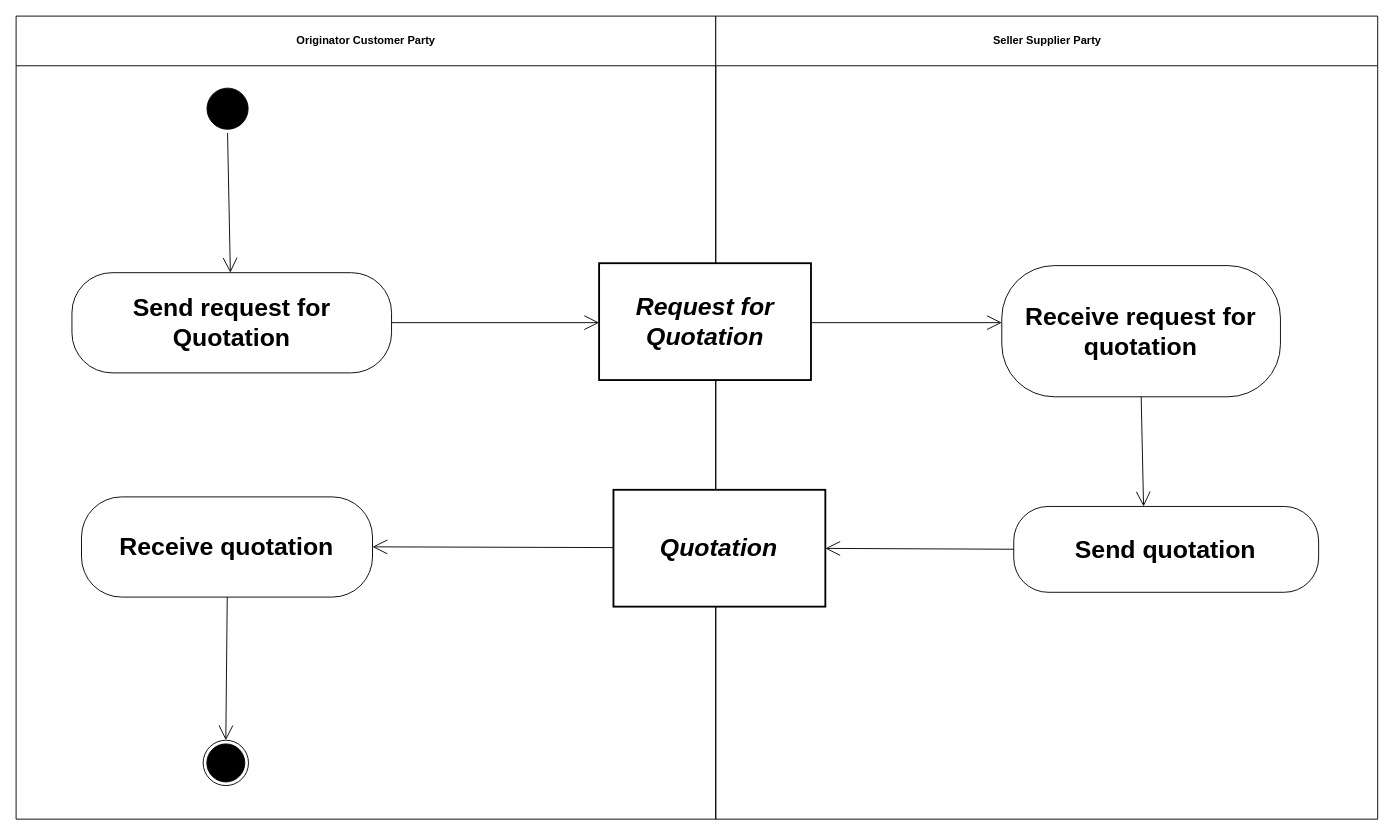
The draw.io diagram diagrams/UBL-2.0-SourcingBuyerInitiatedProcess/UBL-2.0-SourcingBuyerInitiatedProcess.drawio in kduvekot/ubl-work-on-svg-images, before the edit. Source tidied: cells renumbered, new cells numbered last; positions are measured from the earlier drawing's top-left corner, leaving out a move shared by most shapes. Both pictures are drawn from the tidied source at 92%, with x=0, y=0 at pixel (16, 16).
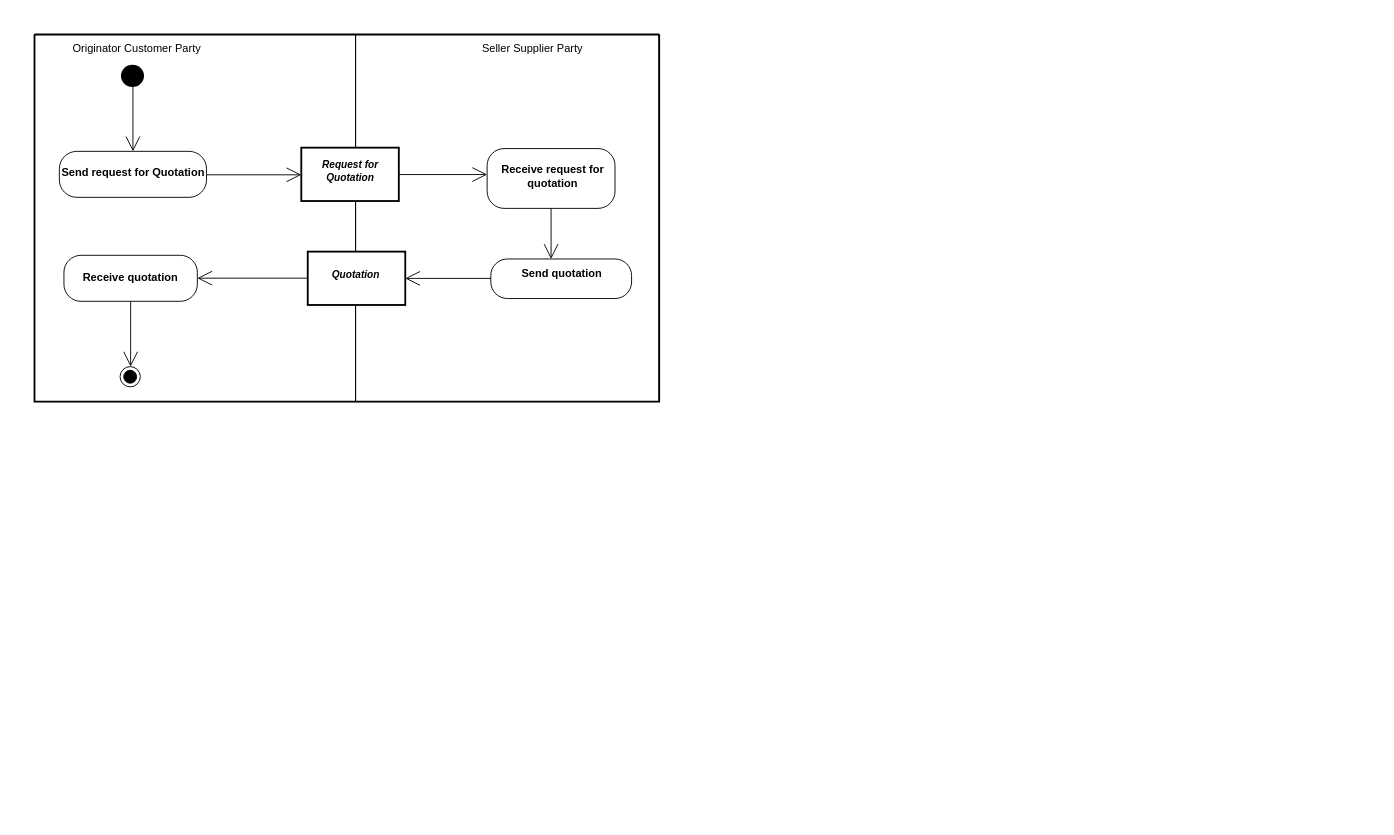
The same page after the edit.

Change to the diagram source:
```diff
@@
 <mxGraphModel>
   <root>
     <mxCell id="0" />
     <mxCell id="1" parent="0" />
+    <mxCell id="19" style="swimlane;html=1;startSize=0;whiteSpace=wrap;fillColor=none;strokeWidth=2;" parent="1" vertex="1">
+      <mxGeometry x="20" y="20" width="679" height="399" as="geometry" />
+    </mxCell>
-    <mxCell id="2" value="Originator Customer Party" style="swimlane;whiteSpace=wrap;html=1;startSize=54;" parent="1" vertex="1">
-      <mxGeometry width="760.5" height="872.9" as="geometry" />
+    <mxCell id="2" value="Originator Customer Party" style="swimlane;horizontal=1;startSize=29;swimlaneLine=0;html=1;fillColor=none;fontSize=12;fontStyle=0;spacing=0;spacingRight=128;" parent="19" vertex="1">
+      <mxGeometry width="349" height="399" as="geometry" />
     </mxCell>
-    <mxCell id="3" value="Seller Supplier Party" style="swimlane;whiteSpace=wrap;html=1;startSize=54;" parent="1" vertex="1">
-      <mxGeometry x="760.5" width="719.5" height="872.9" as="geometry" />
+    <mxCell id="3" value="Seller Supplier Party" style="swimlane;horizontal=1;startSize=29;swimlaneLine=0;html=1;fillColor=none;fontSize=12;fontStyle=0;spacing=0;spacingLeft=53;" parent="19" vertex="1">
+      <mxGeometry x="349" width="330" height="399" as="geometry" />
     </mxCell>
-    <mxCell id="4" style="ellipse;html=1;shape=startState;fillColor=#000000;strokeColor=#000000;fontFamily=Helvetica;fontSize=27;" parent="1" vertex="1">
-      <mxGeometry x="203.5" y="74.3" width="52.7" height="52.7" as="geometry" />
+    <mxCell id="4" style="ellipse;shape=startState;fillColor=#000000;strokeColor=none;html=1;" parent="2" vertex="1">
+      <mxGeometry x="90" y="29" width="33" height="32" as="geometry" />
     </mxCell>
-    <mxCell id="5" value="Request for Quotation" style="rounded=0;whiteSpace=wrap;html=1;fontStyle=3;strokeWidth=2;fontFamily=Helvetica;fontSize=27;" parent="1" vertex="1">
-      <mxGeometry x="633.7" y="268.6" width="230.3" height="127" as="geometry" />
+    <mxCell id="5" value="Request for&lt;br&gt;Quotation" style="rounded=0;html=1;whiteSpace=nowrap;fontSize=11;fontStyle=3;align=center;verticalAlign=middle;spacing=0;spacingRight=1;spacingBottom=6;strokeWidth=2;" parent="3" vertex="1">
+      <mxGeometry x="-59" y="123" width="106" height="58" as="geometry" />
     </mxCell>
-    <mxCell id="6" value="Receive request for quotation" style="rounded=1;arcSize=40;whiteSpace=wrap;html=1;fontStyle=1;fontFamily=Helvetica;fontSize=27;" parent="1" vertex="1">
-      <mxGeometry x="1071.4" y="271.2" width="302.9" height="142.6" as="geometry" />
+    <mxCell id="6" value="Receive request for&lt;br&gt;quotation" style="rounded=1;absoluteArcSize=1;arcSize=37;html=1;whiteSpace=nowrap;fontSize=12;fontStyle=1;align=center;verticalAlign=middle;spacing=0;spacingLeft=3;spacingBottom=6;" parent="3" vertex="1">
+      <mxGeometry x="143" y="124" width="139" height="65" as="geometry" />
     </mxCell>
-    <mxCell id="7" value="Send request for Quotation" style="rounded=1;arcSize=40;whiteSpace=wrap;html=1;fontStyle=1;fontFamily=Helvetica;fontSize=27;" parent="1" vertex="1">
-      <mxGeometry x="60.7" y="278.9" width="347.4" height="108.9" as="geometry" />
+    <mxCell id="7" value="Send request for Quotation" style="rounded=1;absoluteArcSize=1;arcSize=38;html=1;whiteSpace=nowrap;fontSize=12;fontStyle=1;align=center;verticalAlign=middle;spacing=0;spacingRight=1;spacingBottom=4;" parent="2" vertex="1">
+      <mxGeometry x="27" y="127" width="160" height="50" as="geometry" />
     </mxCell>
-    <mxCell id="8" value="Quotation" style="rounded=0;whiteSpace=wrap;html=1;fontStyle=3;strokeWidth=2;fontFamily=Helvetica;fontSize=27;" parent="1" vertex="1">
-      <mxGeometry x="649.3" y="514.9" width="230.3" height="127" as="geometry" />
+    <mxCell id="8" value="Quotation" style="rounded=0;html=1;whiteSpace=nowrap;fontSize=11;fontStyle=3;align=center;verticalAlign=middle;spacing=0;spacingRight=2;spacingBottom=8;strokeWidth=2;" parent="3" vertex="1">
+      <mxGeometry x="-52" y="236" width="106" height="58" as="geometry" />
     </mxCell>
-    <mxCell id="9" value="Receive quotation" style="rounded=1;arcSize=40;whiteSpace=wrap;html=1;fontStyle=1;fontFamily=Helvetica;fontSize=27;" parent="1" vertex="1">
-      <mxGeometry x="71.1" y="522.6" width="316.3" height="108.9" as="geometry" />
+    <mxCell id="9" value="Receive quotation" style="rounded=1;absoluteArcSize=1;arcSize=37;html=1;whiteSpace=nowrap;fontSize=12;fontStyle=1;align=center;verticalAlign=middle;spacing=0;spacingRight=2;spacingBottom=2;" parent="2" vertex="1">
+      <mxGeometry x="32" y="240" width="145" height="50" as="geometry" />
     </mxCell>
-    <mxCell id="10" value="Send quotation" style="rounded=1;arcSize=40;whiteSpace=wrap;html=1;fontStyle=1;fontFamily=Helvetica;fontSize=27;" parent="1" vertex="1">
-      <mxGeometry x="1084.4" y="533" width="331.4" height="93.3" as="geometry" />
+    <mxCell id="10" value="Send quotation" style="rounded=1;absoluteArcSize=1;arcSize=36;html=1;whiteSpace=nowrap;fontSize=12;fontStyle=1;align=center;verticalAlign=middle;spacing=0;spacingLeft=1;spacingBottom=11;" parent="3" vertex="1">
+      <mxGeometry x="147" y="244" width="153" height="43" as="geometry" />
     </mxCell>
-    <mxCell id="11" style="ellipse;html=1;shape=endState;fillColor=#000000;strokeColor=#000000;fontFamily=Helvetica;fontSize=27;" parent="1" vertex="1">
-      <mxGeometry x="203.3" y="787.1" width="49.3" height="49.3" as="geometry" />
+    <mxCell id="11" style="ellipse;shape=endState;fillColor=#000000;html=1;" parent="2" vertex="1">
+      <mxGeometry x="93" y="361" width="22" height="22" as="geometry" />
     </mxCell>
-    <mxCell id="12" style="edgeStyle=none;rounded=0;html=1;endArrow=open;endFill=0;endSize=14;exitX=0.5085;exitY=1.0;entryX=0.4957;entryY=0.0;" parent="1" edge="1" source="4" target="7">
+    <mxCell id="12" style="edgeStyle=none;rounded=0;html=1;endArrow=open;endFill=0;endSize=14;exitPerimeter=0;entryX=0.5;entryY=0;entryPerimeter=0;exitX=0.515152;exitY=0.8758;" parent="2" edge="1" source="4" target="7">
       <mxGeometry relative="1" as="geometry" />
     </mxCell>
-    <mxCell id="13" style="edgeStyle=none;rounded=0;html=1;endArrow=open;endFill=0;endSize=14;exitX=1.0;exitY=0.4986;entryX=0.0;entryY=0.5087;" parent="1" edge="1" source="7" target="5">
+    <mxCell id="13" style="edgeStyle=none;rounded=0;html=1;endArrow=open;endFill=0;endSize=14;exitPerimeter=0;entryX=0;entryY=0.5086;entryPerimeter=0;exitX=1;exitY=0.509976;" parent="19" edge="1" source="7" target="5">
       <mxGeometry relative="1" as="geometry" />
     </mxCell>
-    <mxCell id="14" style="edgeStyle=none;rounded=0;html=1;endArrow=open;endFill=0;endSize=14;exitX=1.0;exitY=0.5087;entryX=0.0;entryY=0.4348;" parent="1" edge="1" source="5" target="6">
+    <mxCell id="14" style="edgeStyle=none;rounded=0;html=1;endArrow=open;endFill=0;endSize=14;exitPerimeter=0;entryX=0;entryY=0.4345;entryPerimeter=0;exitX=1;exitY=0.504181;" parent="3" edge="1" source="5" target="6">
       <mxGeometry relative="1" as="geometry" />
     </mxCell>
-    <mxCell id="15" style="edgeStyle=none;rounded=0;html=1;endArrow=open;endFill=0;endSize=14;exitX=0.5002;exitY=1.0;entryX=0.4258;entryY=0.0;" parent="1" edge="1" source="6" target="10">
+    <mxCell id="15" style="edgeStyle=none;rounded=0;html=1;endArrow=open;endFill=0;endSize=14;exitX=0.5;exitY=1;exitPerimeter=0;entryPerimeter=0;entryX=0.428105;entryY=0;" parent="3" edge="1" source="6" target="10">
       <mxGeometry relative="1" as="geometry" />
     </mxCell>
-    <mxCell id="16" style="edgeStyle=none;rounded=0;html=1;endArrow=open;endFill=0;endSize=14;exitX=0.0;exitY=0.4984;entryX=1.0;entryY=0.5016;" parent="1" edge="1" source="10" target="8">
+    <mxCell id="16" style="edgeStyle=none;rounded=0;html=1;endArrow=open;endFill=0;endSize=14;exitPerimeter=0;entryX=1;entryY=0.5017;entryPerimeter=0;exitX=0;exitY=0.490665;" parent="3" edge="1" source="10" target="8">
       <mxGeometry relative="1" as="geometry" />
     </mxCell>
-    <mxCell id="17" style="edgeStyle=none;rounded=0;html=1;endArrow=open;endFill=0;endSize=14;exitX=0.0;exitY=0.4945;entryX=1.0;entryY=0.4986;" parent="1" edge="1" source="8" target="9">
+    <mxCell id="17" style="edgeStyle=none;rounded=0;html=1;endArrow=open;endFill=0;endSize=14;exitPerimeter=0;entryX=1;entryY=0.497;entryPerimeter=0;exitX=0;exitY=0.497414;" parent="19" edge="1" source="8" target="9">
       <mxGeometry relative="1" as="geometry" />
     </mxCell>
-    <mxCell id="18" style="edgeStyle=none;rounded=0;html=1;endArrow=open;endFill=0;endSize=14;exitX=0.5008;exitY=1.0;entryX=0.5132;entryY=0.0;" parent="1" edge="1" source="9" target="11">
+    <mxCell id="18" style="edgeStyle=none;rounded=0;html=1;endArrow=open;endFill=0;endSize=14;exitX=0.5;exitY=1;exitPerimeter=0;entryPerimeter=0;entryX=0.522727;entryY=0;" parent="2" edge="1" source="9" target="11">
       <mxGeometry relative="1" as="geometry" />
     </mxCell>
   </root>
 </mxGraphModel>
```
